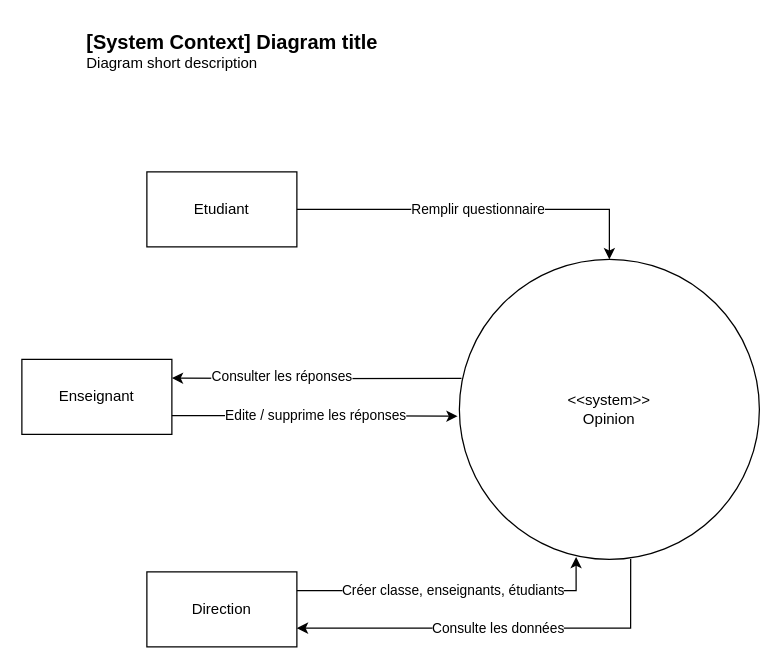
This is DiagrammeContext.drawio from Devetik/Diagrammes, a draw.io file, before an edit. Source tidied: cells renumbered, new cells numbered last; positions are measured from the earlier drawing's top-left corner, leaving out a move shared by most shapes. Both pictures are drawn from the tidied source at 125%, with x=0, y=0 at pixel (21, 21).
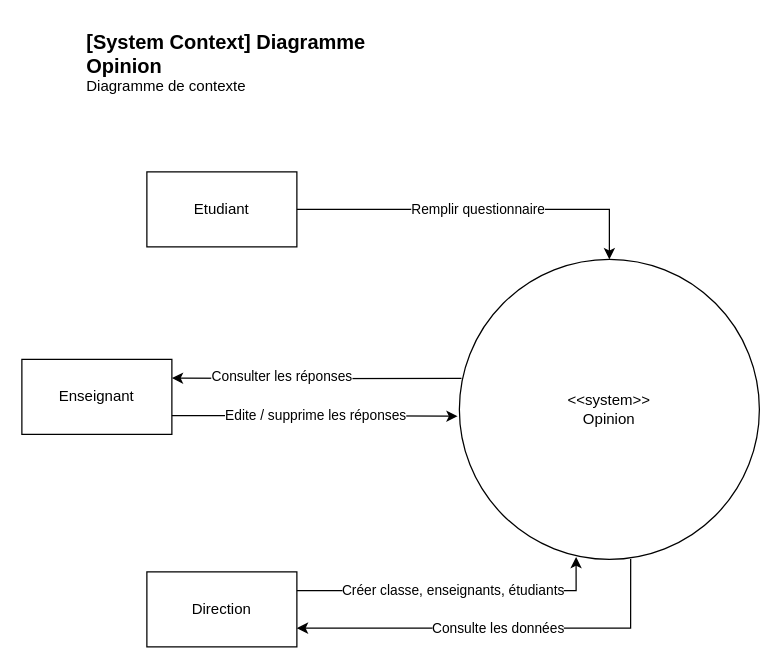
Above is the later version.

Change to the diagram source:
```diff
@@
 <mxGraphModel>
   <root>
     <mxCell id="0" />
     <mxCell id="1" parent="0" />
     <mxCell id="2" value="Remplir questionnaire" style="edgeStyle=orthogonalEdgeStyle;rounded=0;jettySize=auto;html=1;exitX=1;exitY=0.5;exitDx=0;exitDy=0;" parent="1" edge="1" source="3" target="11">
       <mxGeometry relative="1" as="geometry" />
     </mxCell>
     <mxCell id="3" value="Etudiant" style="rounded=0;whiteSpace=wrap;html=1;gradientColor=none;fillColor=none;" parent="1" vertex="1">
       <mxGeometry x="100" y="120" width="120" height="60" as="geometry" />
     </mxCell>
     <mxCell id="4" value="Edite / supprime les réponses" style="edgeStyle=orthogonalEdgeStyle;rounded=0;jettySize=auto;html=1;exitX=1;exitY=0.75;exitDx=0;exitDy=0;entryX=-0.006;entryY=0.523;entryDx=0;entryDy=0;entryPerimeter=0;" parent="1" edge="1" source="5" target="11">
       <mxGeometry relative="1" as="geometry" />
     </mxCell>
     <mxCell id="5" value="Enseignant" style="rounded=0;whiteSpace=wrap;html=1;fillColor=none;gradientColor=none;" parent="1" vertex="1">
       <mxGeometry y="270" width="120" height="60" as="geometry" />
     </mxCell>
     <mxCell id="6" value="Créer classe, enseignants, étudiants" style="edgeStyle=orthogonalEdgeStyle;rounded=0;jettySize=auto;html=1;exitX=1;exitY=0.25;exitDx=0;exitDy=0;entryX=0.389;entryY=0.992;entryDx=0;entryDy=0;entryPerimeter=0;" parent="1" edge="1" source="7" target="11">
       <mxGeometry relative="1" as="geometry" />
     </mxCell>
     <mxCell id="7" value="Direction" style="rounded=0;whiteSpace=wrap;html=1;fillColor=none;gradientColor=none;" parent="1" vertex="1">
       <mxGeometry x="100" y="440" width="120" height="60" as="geometry" />
     </mxCell>
     <mxCell id="8" style="edgeStyle=orthogonalEdgeStyle;rounded=0;jettySize=auto;html=1;exitX=0.007;exitY=0.397;exitDx=0;exitDy=0;entryX=1;entryY=0.25;entryDx=0;entryDy=0;exitPerimeter=0;" parent="1" edge="1" source="11" target="5">
       <mxGeometry relative="1" as="geometry" />
     </mxCell>
     <mxCell id="9" value="Consulter les réponses" style="edgeLabel;html=1;align=center;verticalAlign=middle;" parent="8" vertex="1">
       <mxGeometry x="0.24" y="-2" relative="1" as="geometry" />
     </mxCell>
     <mxCell id="10" value="Consulte les données" style="edgeStyle=orthogonalEdgeStyle;rounded=0;jettySize=auto;html=1;exitX=0.571;exitY=0.999;exitDx=0;exitDy=0;entryX=1;entryY=0.75;entryDx=0;entryDy=0;exitPerimeter=0;" parent="1" edge="1" source="11" target="7">
       <mxGeometry relative="1" as="geometry" />
     </mxCell>
     <mxCell id="11" value="&amp;lt;&amp;lt;system&amp;gt;&amp;gt;&lt;br&gt;Opinion" style="ellipse;whiteSpace=wrap;html=1;fillColor=none;gradientColor=none;" parent="1" vertex="1">
       <mxGeometry x="350" y="190" width="240" height="240" as="geometry" />
     </mxCell>
-    <object id="12" label="&lt;font style=&quot;font-size: 16px&quot;&gt;&lt;b&gt;&lt;div style=&quot;text-align: left&quot;&gt;%c4Name%&lt;/div&gt;&lt;/b&gt;&lt;/font&gt;&lt;div style=&quot;text-align: left&quot;&gt;%c4Description%&lt;/div&gt;" c4Description="Diagram short description" c4Name="[System Context] Diagram title" placeholders="1">
+    <object id="12" label="&lt;font style=&quot;font-size: 16px&quot;&gt;&lt;b&gt;&lt;div style=&quot;text-align: left&quot;&gt;%c4Name%&lt;/div&gt;&lt;/b&gt;&lt;/font&gt;&lt;div style=&quot;text-align: left&quot;&gt;%c4Description%&lt;/div&gt;" c4Description="Diagramme de contexte" c4Name="[System Context] Diagramme Opinion" placeholders="1">
       <mxCell style="text;html=1;strokeColor=none;fillColor=none;align=left;verticalAlign=top;whiteSpace=wrap;rounded=0;" parent="1" vertex="1">
         <mxGeometry x="50" width="260" height="40" as="geometry" />
       </mxCell>
     </object>
   </root>
 </mxGraphModel>
```
